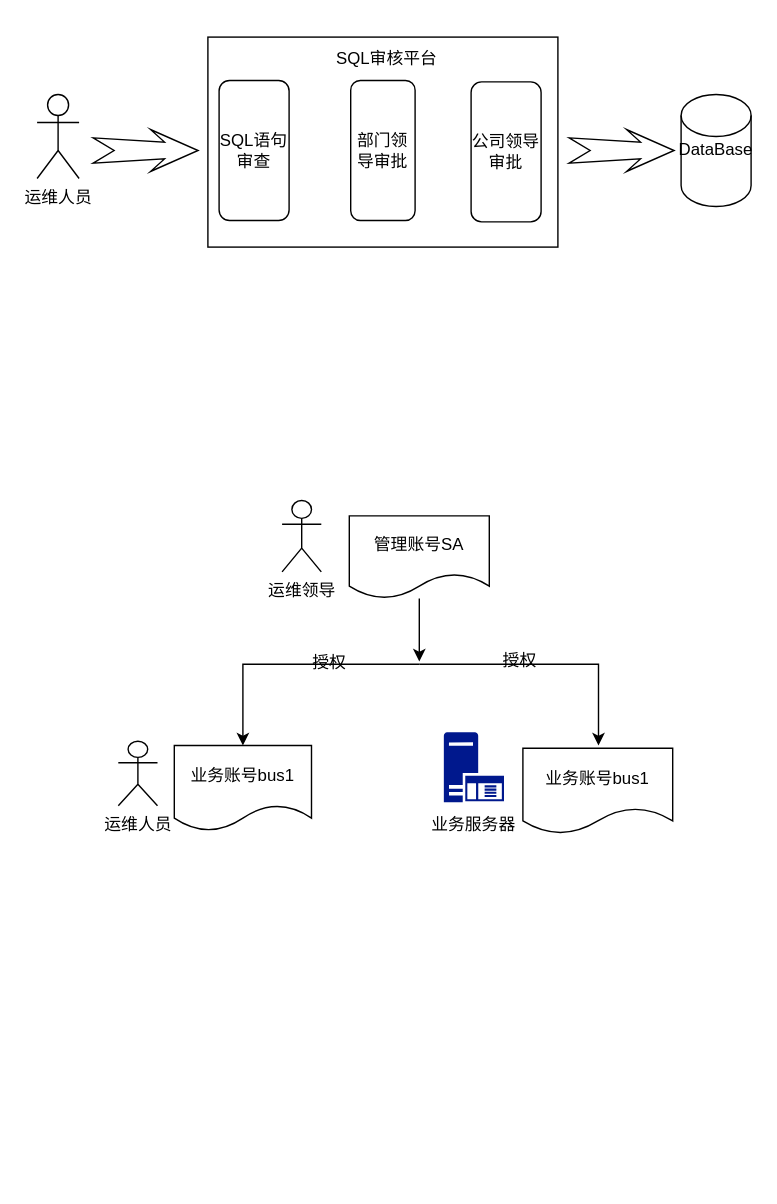
Earlier version of the draw.io diagram SQLOperateProcess.drawio (Qiwei-Ran/MyRepository). Source tidied: cells renumbered, new cells numbered last; positions are measured from the earlier drawing's top-left corner, leaving out a move shared by most shapes. Both pictures are drawn from the tidied source at 140%, with x=0, y=0 at pixel (36, 24).
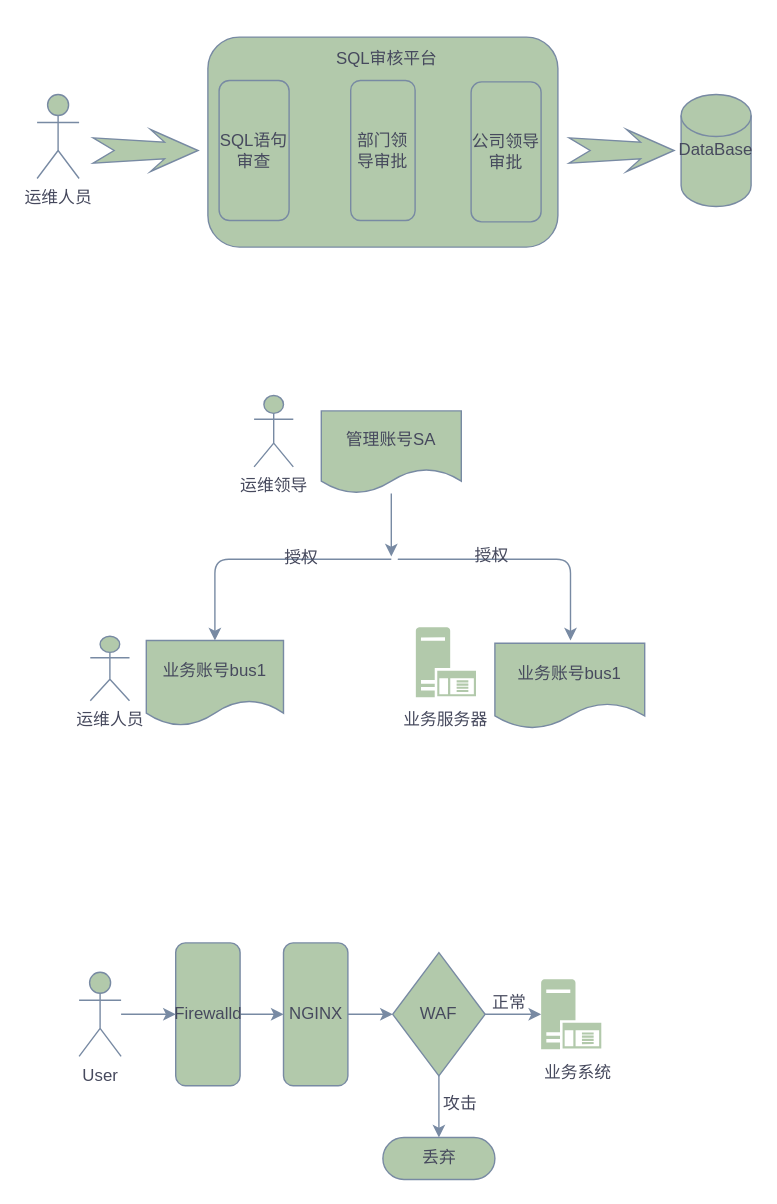
Above is the later version.

The edit, as a diff of the source:
```diff
@@
-    <mxCell id="2" style="rounded=0;whiteSpace=wrap;html=1;" parent="1" vertex="1">
+    <mxCell id="2" style="whiteSpace=wrap;html=1;fillColor=#B2C9AB;strokeColor=#788AA3;fontColor=#46495D;rounded=1;" parent="1" vertex="1">
       <mxGeometry x="122" y="9" width="250" height="150" as="geometry" />
     </mxCell>
-    <mxCell id="3" value="运维人员" style="shape=umlActor;verticalLabelPosition=bottom;verticalAlign=top;html=1;" parent="1" vertex="1">
+    <mxCell id="3" value="运维人员" style="shape=umlActor;verticalLabelPosition=bottom;verticalAlign=top;html=1;fillColor=#B2C9AB;strokeColor=#788AA3;fontColor=#46495D;rounded=1;" parent="1" vertex="1">
       <mxGeometry y="50" width="30" height="60" as="geometry" />
     </mxCell>
-    <mxCell id="4" value="SQL语句审查" style="rounded=1;whiteSpace=wrap;html=1;" parent="1" vertex="1">
+    <mxCell id="4" value="SQL语句审查" style="whiteSpace=wrap;html=1;fillColor=#B2C9AB;strokeColor=#788AA3;fontColor=#46495D;rounded=1;" parent="1" vertex="1">
       <mxGeometry x="130" y="40" width="50" height="100" as="geometry" />
     </mxCell>
-    <mxCell id="5" value="部门领导审批" style="rounded=1;whiteSpace=wrap;html=1;" parent="1" vertex="1">
+    <mxCell id="5" value="部门领导审批" style="whiteSpace=wrap;html=1;fillColor=#B2C9AB;strokeColor=#788AA3;fontColor=#46495D;rounded=1;" parent="1" vertex="1">
       <mxGeometry x="224" y="40" width="46" height="100" as="geometry" />
     </mxCell>
-    <mxCell id="6" value="公司领导审批" style="rounded=1;whiteSpace=wrap;html=1;" parent="1" vertex="1">
+    <mxCell id="6" value="公司领导审批" style="whiteSpace=wrap;html=1;fillColor=#B2C9AB;strokeColor=#788AA3;fontColor=#46495D;rounded=1;" parent="1" vertex="1">
       <mxGeometry x="310" y="41" width="50" height="100" as="geometry" />
     </mxCell>
-    <mxCell id="7" value="DataBase" style="shape=cylinder2;whiteSpace=wrap;html=1;boundedLbl=1;backgroundOutline=1;size=15;" parent="1" vertex="1">
+    <mxCell id="7" value="DataBase" style="shape=cylinder2;whiteSpace=wrap;html=1;boundedLbl=1;backgroundOutline=1;size=15;fillColor=#B2C9AB;strokeColor=#788AA3;fontColor=#46495D;rounded=1;" parent="1" vertex="1">
       <mxGeometry x="460" y="50" width="50" height="80" as="geometry" />
     </mxCell>
-    <mxCell id="8" value="SQL审核平台" style="text;html=1;strokeColor=none;fillColor=none;align=center;verticalAlign=middle;whiteSpace=wrap;rounded=0;" parent="1" vertex="1">
+    <mxCell id="8" value="SQL审核平台" style="text;html=1;strokeColor=none;fillColor=none;align=center;verticalAlign=middle;whiteSpace=wrap;fontColor=#46495D;rounded=1;" parent="1" vertex="1">
       <mxGeometry x="190" width="120" height="50" as="geometry" />
     </mxCell>
-    <mxCell id="9" style="html=1;shadow=0;dashed=0;align=center;verticalAlign=middle;shape=mxgraph.arrows2.stylisedArrow;dy=0.6;dx=24;notch=15;feather=0.4;" parent="1" vertex="1">
+    <mxCell id="9" style="html=1;shadow=0;dashed=0;align=center;verticalAlign=middle;shape=mxgraph.arrows2.stylisedArrow;dy=0.6;dx=24;notch=15;feather=0.4;fillColor=#B2C9AB;strokeColor=#788AA3;fontColor=#46495D;rounded=1;" parent="1" vertex="1">
       <mxGeometry x="40" y="75" width="75" height="30" as="geometry" />
     </mxCell>
-    <mxCell id="10" style="html=1;shadow=0;dashed=0;align=center;verticalAlign=middle;shape=mxgraph.arrows2.stylisedArrow;dy=0.6;dx=24;notch=15;feather=0.4;" parent="1" vertex="1">
+    <mxCell id="10" style="html=1;shadow=0;dashed=0;align=center;verticalAlign=middle;shape=mxgraph.arrows2.stylisedArrow;dy=0.6;dx=24;notch=15;feather=0.4;fillColor=#B2C9AB;strokeColor=#788AA3;fontColor=#46495D;rounded=1;" parent="1" vertex="1">
       <mxGeometry x="380" y="75" width="75" height="30" as="geometry" />
     </mxCell>
-    <mxCell id="11" value="运维领导" style="shape=umlActor;verticalLabelPosition=bottom;verticalAlign=top;html=1;" parent="1" vertex="1">
-      <mxGeometry x="175" y="340" width="28" height="51" as="geometry" />
+    <mxCell id="11" value="运维领导" style="shape=umlActor;verticalLabelPosition=bottom;verticalAlign=top;html=1;fillColor=#B2C9AB;strokeColor=#788AA3;fontColor=#46495D;rounded=1;" parent="1" vertex="1">
+      <mxGeometry x="155" y="265" width="28" height="51" as="geometry" />
     </mxCell>
-    <mxCell id="12" value="运维人员" style="shape=umlActor;verticalLabelPosition=bottom;verticalAlign=top;html=1;" parent="1" vertex="1">
-      <mxGeometry x="58" y="512" width="28" height="46" as="geometry" />
+    <mxCell id="12" value="运维人员" style="shape=umlActor;verticalLabelPosition=bottom;verticalAlign=top;html=1;fillColor=#B2C9AB;strokeColor=#788AA3;fontColor=#46495D;rounded=1;" parent="1" vertex="1">
+      <mxGeometry x="38" y="437" width="28" height="46" as="geometry" />
     </mxCell>
-    <mxCell id="13" style="edgeStyle=orthogonalEdgeStyle;rounded=0;jettySize=auto;html=1;entryX=0.5;entryY=0;entryDx=0;entryDy=0;" parent="1" edge="1" target="17">
+    <mxCell id="13" style="edgeStyle=orthogonalEdgeStyle;jettySize=auto;html=1;entryX=0.5;entryY=0;entryDx=0;entryDy=0;strokeColor=#788AA3;fontColor=#46495D;" parent="1" edge="1" target="17">
       <mxGeometry relative="1" as="geometry">
-        <mxPoint x="273" y="457" as="sourcePoint" />
+        <mxPoint x="253" y="382" as="sourcePoint" />
         <Array as="points">
-          <mxPoint x="147" y="457" />
+          <mxPoint x="127" y="382" />
         </Array>
       </mxGeometry>
     </mxCell>
-    <mxCell id="14" style="edgeStyle=orthogonalEdgeStyle;rounded=0;jettySize=auto;html=1;" parent="1" edge="1" source="21">
+    <mxCell id="14" style="edgeStyle=orthogonalEdgeStyle;jettySize=auto;html=1;strokeColor=#788AA3;fontColor=#46495D;" parent="1" edge="1" source="21">
       <mxGeometry relative="1" as="geometry">
-        <mxPoint x="401" y="515" as="targetPoint" />
+        <mxPoint x="381" y="440" as="targetPoint" />
         <Array as="points">
-          <mxPoint x="273" y="457" />
-          <mxPoint x="401" y="457" />
+          <mxPoint x="253" y="382" />
+          <mxPoint x="381" y="382" />
         </Array>
       </mxGeometry>
     </mxCell>
-    <mxCell id="15" style="edgeStyle=orthogonalEdgeStyle;rounded=0;jettySize=auto;html=1;" parent="1" edge="1" source="16">
+    <mxCell id="15" style="edgeStyle=orthogonalEdgeStyle;jettySize=auto;html=1;strokeColor=#788AA3;fontColor=#46495D;" parent="1" edge="1" source="16">
       <mxGeometry relative="1" as="geometry">
-        <mxPoint x="273" y="455" as="targetPoint" />
+        <mxPoint x="253" y="380" as="targetPoint" />
       </mxGeometry>
     </mxCell>
-    <mxCell id="16" value="管理账号SA" style="shape=document;whiteSpace=wrap;html=1;boundedLbl=1;" parent="1" vertex="1">
-      <mxGeometry x="223" y="351" width="100" height="59" as="geometry" />
+    <mxCell id="16" value="管理账号SA" style="shape=document;whiteSpace=wrap;html=1;boundedLbl=1;fillColor=#B2C9AB;strokeColor=#788AA3;fontColor=#46495D;rounded=1;" parent="1" vertex="1">
+      <mxGeometry x="203" y="276" width="100" height="59" as="geometry" />
     </mxCell>
-    <mxCell id="17" value="业务账号bus1" style="shape=document;whiteSpace=wrap;html=1;boundedLbl=1;" parent="1" vertex="1">
-      <mxGeometry x="98" y="515" width="98" height="61" as="geometry" />
+    <mxCell id="17" value="业务账号bus1" style="shape=document;whiteSpace=wrap;html=1;boundedLbl=1;fillColor=#B2C9AB;strokeColor=#788AA3;fontColor=#46495D;rounded=1;" parent="1" vertex="1">
+      <mxGeometry x="78" y="440" width="98" height="61" as="geometry" />
     </mxCell>
-    <mxCell id="18" value="业务账号bus1" style="shape=document;whiteSpace=wrap;html=1;boundedLbl=1;" parent="1" vertex="1">
-      <mxGeometry x="347" y="517" width="107" height="61" as="geometry" />
+    <mxCell id="18" value="业务账号bus1" style="shape=document;whiteSpace=wrap;html=1;boundedLbl=1;fillColor=#B2C9AB;strokeColor=#788AA3;fontColor=#46495D;rounded=1;" parent="1" vertex="1">
+      <mxGeometry x="327" y="442" width="107" height="61" as="geometry" />
     </mxCell>
-    <mxCell id="19" style="shadow=0;dashed=0;html=1;strokeColor=none;labelPosition=center;verticalLabelPosition=bottom;verticalAlign=top;align=center;fillColor=#00188D;shape=mxgraph.mscae.enterprise.application_server;" parent="1" vertex="1">
-      <mxGeometry x="290.5" y="505.5" width="43" height="50" as="geometry" />
+    <mxCell id="19" style="shadow=0;dashed=0;html=1;strokeColor=none;labelPosition=center;verticalLabelPosition=bottom;verticalAlign=top;align=center;fillColor=#B2C9AB;shape=mxgraph.mscae.enterprise.application_server;fontColor=#46495D;rounded=1;" parent="1" vertex="1">
+      <mxGeometry x="270.5" y="430.5" width="43" height="50" as="geometry" />
     </mxCell>
-    <mxCell id="20" value="业务服务器" style="text;html=1;strokeColor=none;fillColor=none;align=center;verticalAlign=middle;whiteSpace=wrap;rounded=0;" parent="1" vertex="1">
-      <mxGeometry x="276" y="563.5" width="72" height="17" as="geometry" />
+    <mxCell id="20" value="业务服务器" style="text;html=1;strokeColor=none;fillColor=none;align=center;verticalAlign=middle;whiteSpace=wrap;fontColor=#46495D;rounded=1;" parent="1" vertex="1">
+      <mxGeometry x="256" y="488.5" width="72" height="17" as="geometry" />
     </mxCell>
-    <mxCell id="21" value="授权" style="text;html=1;strokeColor=none;fillColor=none;align=center;verticalAlign=middle;whiteSpace=wrap;rounded=0;" parent="1" vertex="1">
-      <mxGeometry x="325" y="445" width="40" height="20" as="geometry" />
+    <mxCell id="21" value="授权" style="text;html=1;strokeColor=none;fillColor=none;align=center;verticalAlign=middle;whiteSpace=wrap;fontColor=#46495D;rounded=1;" parent="1" vertex="1">
+      <mxGeometry x="305" y="370" width="40" height="20" as="geometry" />
     </mxCell>
-    <mxCell id="22" value="授权" style="text;html=1;strokeColor=none;fillColor=none;align=center;verticalAlign=middle;whiteSpace=wrap;rounded=0;" parent="1" vertex="1">
-      <mxGeometry x="189" y="446" width="40" height="20" as="geometry" />
+    <mxCell id="22" value="授权" style="text;html=1;strokeColor=none;fillColor=none;align=center;verticalAlign=middle;whiteSpace=wrap;fontColor=#46495D;rounded=1;" parent="1" vertex="1">
+      <mxGeometry x="169" y="371" width="40" height="20" as="geometry" />
     </mxCell>
+    <mxCell id="23" style="edgeStyle=orthogonalEdgeStyle;curved=0;rounded=1;sketch=0;jettySize=auto;html=1;exitX=1;exitY=0.5;exitDx=0;exitDy=0;entryX=0;entryY=0.5;entryDx=0;entryDy=0;strokeColor=#788AA3;fillColor=#B2C9AB;fontColor=#46495D;" parent="1" edge="1" source="24" target="26">
+      <mxGeometry relative="1" as="geometry" />
+    </mxCell>
+    <mxCell id="24" value="Firewalld" style="html=1;dashed=0;whitespace=wrap;fillColor=#B2C9AB;strokeColor=#788AA3;fontColor=#46495D;rounded=1;" parent="1" vertex="1">
+      <mxGeometry x="99" y="656" width="46" height="102" as="geometry" />
+    </mxCell>
+    <mxCell id="25" style="edgeStyle=orthogonalEdgeStyle;curved=0;rounded=1;sketch=0;jettySize=auto;html=1;exitX=1;exitY=0.5;exitDx=0;exitDy=0;entryX=0;entryY=0.5;entryDx=0;entryDy=0;strokeColor=#788AA3;fillColor=#B2C9AB;fontColor=#46495D;" parent="1" edge="1" source="26" target="33">
+      <mxGeometry relative="1" as="geometry" />
+    </mxCell>
+    <mxCell id="26" value="NGINX" style="html=1;dashed=0;whitespace=wrap;fillColor=#B2C9AB;strokeColor=#788AA3;fontColor=#46495D;rounded=1;" parent="1" vertex="1">
+      <mxGeometry x="176" y="656" width="46" height="102" as="geometry" />
+    </mxCell>
+    <mxCell id="27" style="edgeStyle=orthogonalEdgeStyle;jettySize=auto;html=1;entryX=0;entryY=0.5;entryDx=0;entryDy=0;strokeColor=#788AA3;fontColor=#46495D;" parent="1" edge="1" source="28" target="24">
+      <mxGeometry relative="1" as="geometry" />
+    </mxCell>
+    <mxCell id="28" value="User" style="shape=umlActor;verticalLabelPosition=bottom;verticalAlign=top;html=1;outlineConnect=0;fillColor=#B2C9AB;strokeColor=#788AA3;fontColor=#46495D;rounded=1;" parent="1" vertex="1">
+      <mxGeometry x="30" y="677" width="30" height="60" as="geometry" />
+    </mxCell>
+    <mxCell id="29" style="shadow=0;dashed=0;html=1;strokeColor=none;labelPosition=center;verticalLabelPosition=bottom;verticalAlign=top;align=center;fillColor=#B2C9AB;shape=mxgraph.mscae.enterprise.application_server;fontColor=#46495D;rounded=1;" parent="1" vertex="1">
+      <mxGeometry x="360" y="682" width="43" height="50" as="geometry" />
+    </mxCell>
+    <mxCell id="30" value="业务系统" style="text;html=1;align=center;verticalAlign=middle;fontColor=#46495D;" parent="1" vertex="1">
+      <mxGeometry x="357" y="740" width="58" height="18" as="geometry" />
+    </mxCell>
+    <mxCell id="31" style="edgeStyle=orthogonalEdgeStyle;curved=0;rounded=1;sketch=0;jettySize=auto;html=1;exitX=1;exitY=0.5;exitDx=0;exitDy=0;entryX=0;entryY=0.5;entryDx=0;entryDy=0;entryPerimeter=0;strokeColor=#788AA3;fillColor=#B2C9AB;fontColor=#46495D;" parent="1" edge="1" source="33" target="29">
+      <mxGeometry relative="1" as="geometry" />
+    </mxCell>
+    <mxCell id="32" style="edgeStyle=orthogonalEdgeStyle;curved=0;rounded=1;sketch=0;jettySize=auto;html=1;exitX=0.5;exitY=1;exitDx=0;exitDy=0;entryX=0.5;entryY=0.5;entryDx=0;entryDy=-15;entryPerimeter=0;strokeColor=#788AA3;fillColor=#B2C9AB;fontColor=#46495D;" parent="1" edge="1" source="33" target="35">
+      <mxGeometry relative="1" as="geometry" />
+    </mxCell>
+    <mxCell id="33" value="WAF" style="rhombus;whiteSpace=wrap;html=1;rounded=0;sketch=0;strokeColor=#788AA3;fillColor=#B2C9AB;fontColor=#46495D;" parent="1" vertex="1">
+      <mxGeometry x="254" y="663" width="66" height="88" as="geometry" />
+    </mxCell>
+    <mxCell id="34" value="正常" style="text;html=1;strokeColor=none;fillColor=none;align=center;verticalAlign=middle;whiteSpace=wrap;rounded=0;sketch=0;fontColor=#46495D;" parent="1" vertex="1">
+      <mxGeometry x="320" y="689" width="35" height="19" as="geometry" />
+    </mxCell>
+    <mxCell id="35" value="丢弃" style="html=1;dashed=0;whitespace=wrap;shape=mxgraph.dfd.start;rounded=0;sketch=0;strokeColor=#788AA3;fillColor=#B2C9AB;fontColor=#46495D;" parent="1" vertex="1">
+      <mxGeometry x="247" y="795" width="80" height="30" as="geometry" />
+    </mxCell>
+    <mxCell id="36" value="攻击" style="text;html=1;strokeColor=none;fillColor=none;align=center;verticalAlign=middle;whiteSpace=wrap;rounded=0;sketch=0;fontColor=#46495D;" parent="1" vertex="1">
+      <mxGeometry x="285" y="761" width="35" height="19" as="geometry" />
+    </mxCell>
```
